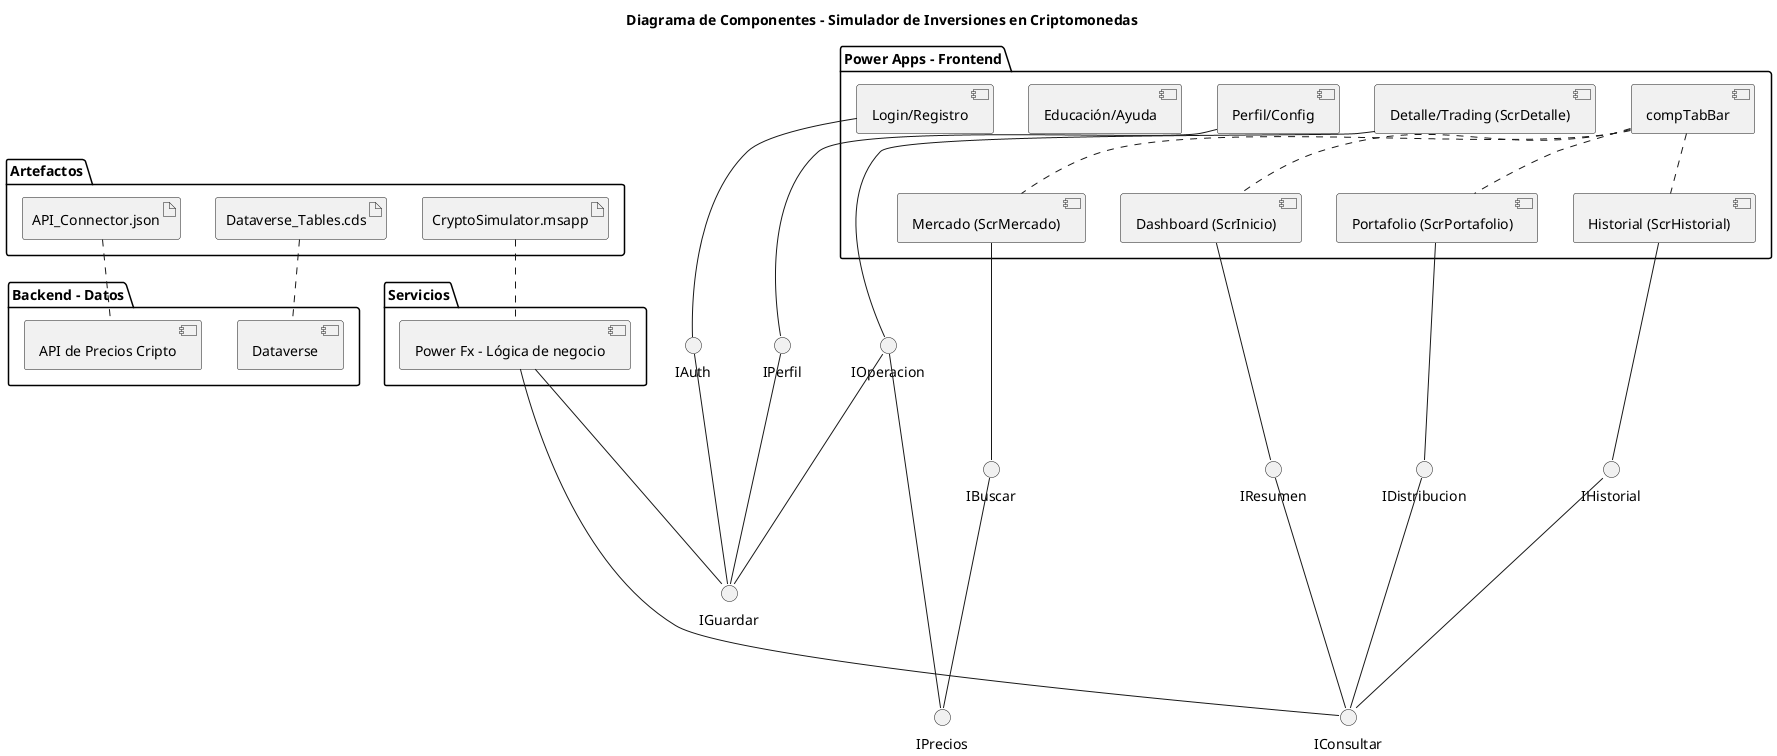
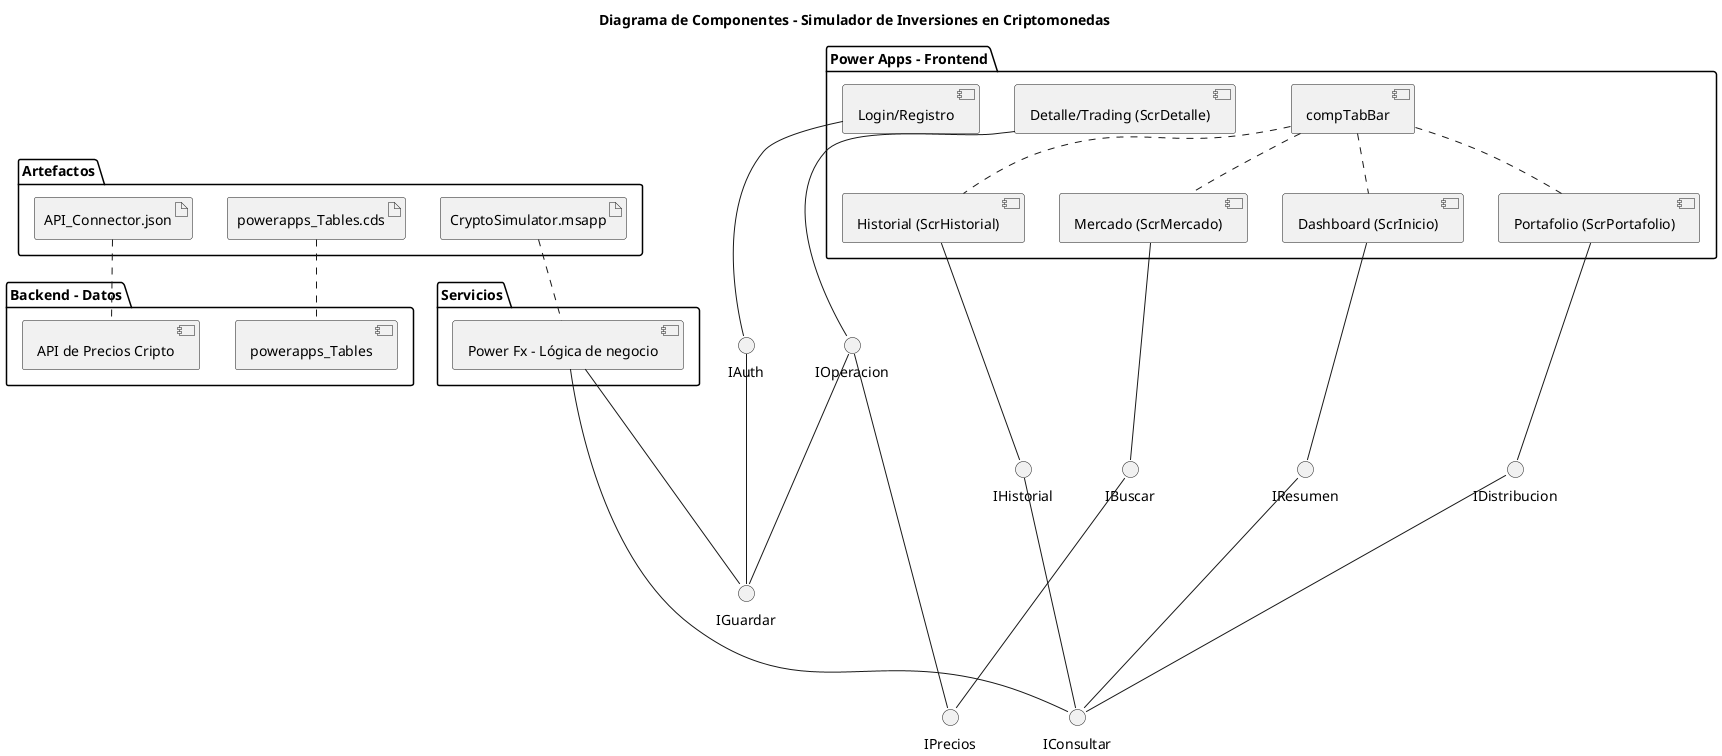
@startuml
title Diagrama de Componentes - Simulador de Inversiones en Criptomonedas

package "Power Apps - Frontend" {
  [Login/Registro] as login
  [Dashboard (ScrInicio)] as dashboard
  [Mercado (ScrMercado)] as mercado
  [Detalle/Trading (ScrDetalle)] as detalle
  [Portafolio (ScrPortafolio)] as portafolio
  [Historial (ScrHistorial)] as historial
-   [Perfil/Config] as perfil
-   [Educación/Ayuda] as educacion
  [compTabBar] as tabbar
}

package "Backend - Datos" {
-   [Dataverse] as dataverse
+   [powerapps_Tables] as powerapps_Tables
  [API de Precios Cripto] as api
}

package "Servicios" {
  [Power Fx - Lógica de negocio] as powerfx
}

package "Artefactos" {
  artifact "CryptoSimulator.msapp" as appfile
-   artifact "Dataverse_Tables.cds" as dbfile
+   artifact "powerapps_Tables.cds" as dbfile
  artifact "API_Connector.json" as apifile
}

interface "IAuth" as iauth
interface "IResumen" as iresumen
interface "IBuscar" as ibuscar
interface "IOperacion" as ioperacion
interface "IDistribucion" as idist
interface "IHistorial" as ihist
- interface "IPerfil" as iperfil
interface "IGuardar" as iguardar
interface "IConsultar" as iconsul
interface "IPrecios" as iprecios

login --- iauth
iauth --- iguardar

dashboard --- iresumen
iresumen --- iconsul

mercado --- ibuscar
ibuscar --- iprecios

detalle --- ioperacion
ioperacion --- iguardar
ioperacion --- iprecios

portafolio --- idist
idist --- iconsul

historial --- ihist
ihist --- iconsul

- perfil --- iperfil
- iperfil --- iguardar
- 
powerfx --- iguardar
powerfx --- iconsul

tabbar .. dashboard
tabbar .. mercado
tabbar .. portafolio
tabbar .. historial

appfile .. powerfx
- dbfile .. dataverse
+ dbfile .. powerapps_Tables
apifile .. api

@enduml
